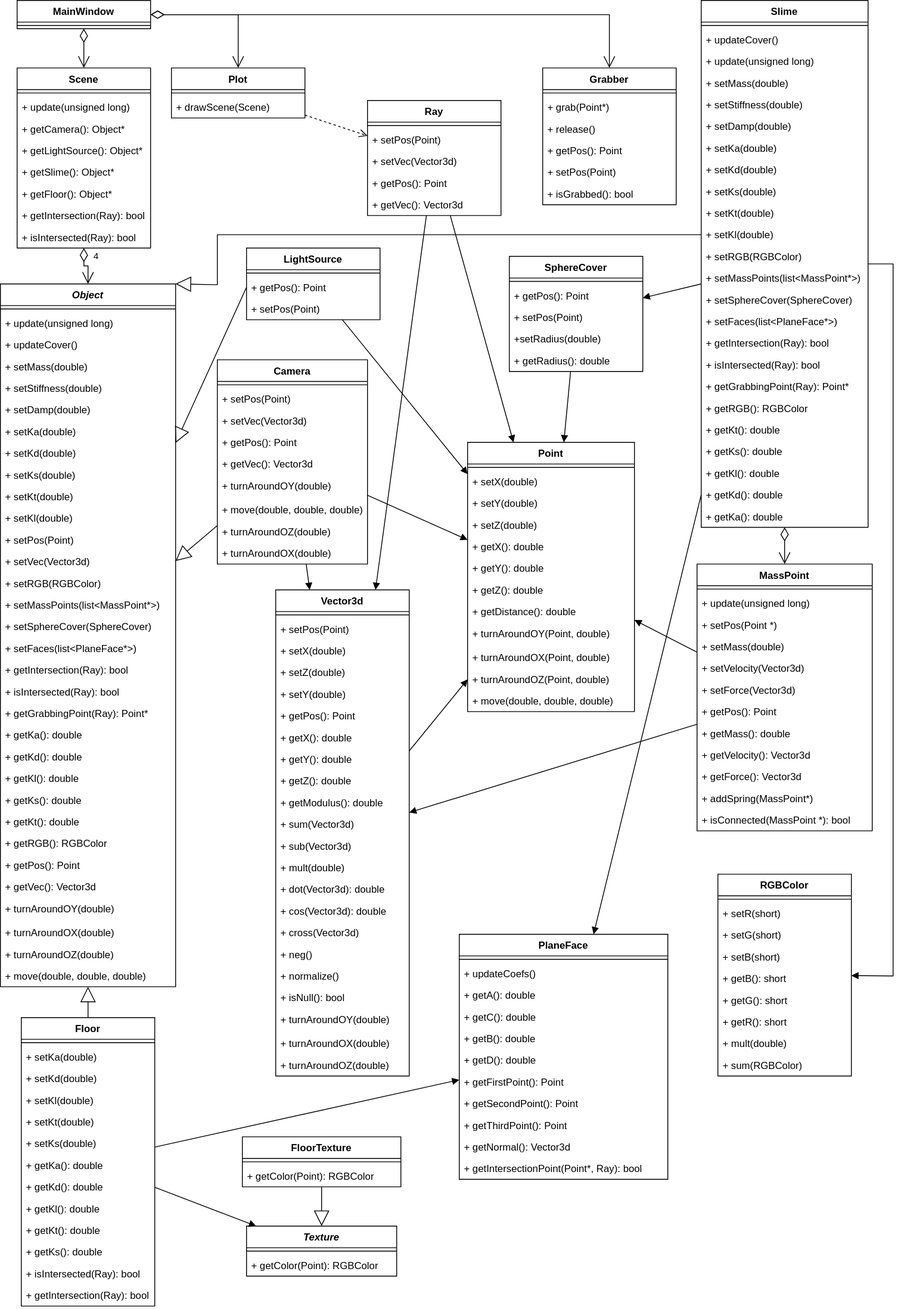
This is docs/rpz/images/uml.svg from agarmirus/slime_toy_course_project, a draw.io export, as it was before one commit. Source tidied: cells renumbered, new cells last; positions are measured from the earlier drawing's top-left corner, leaving out a move shared by most shapes.
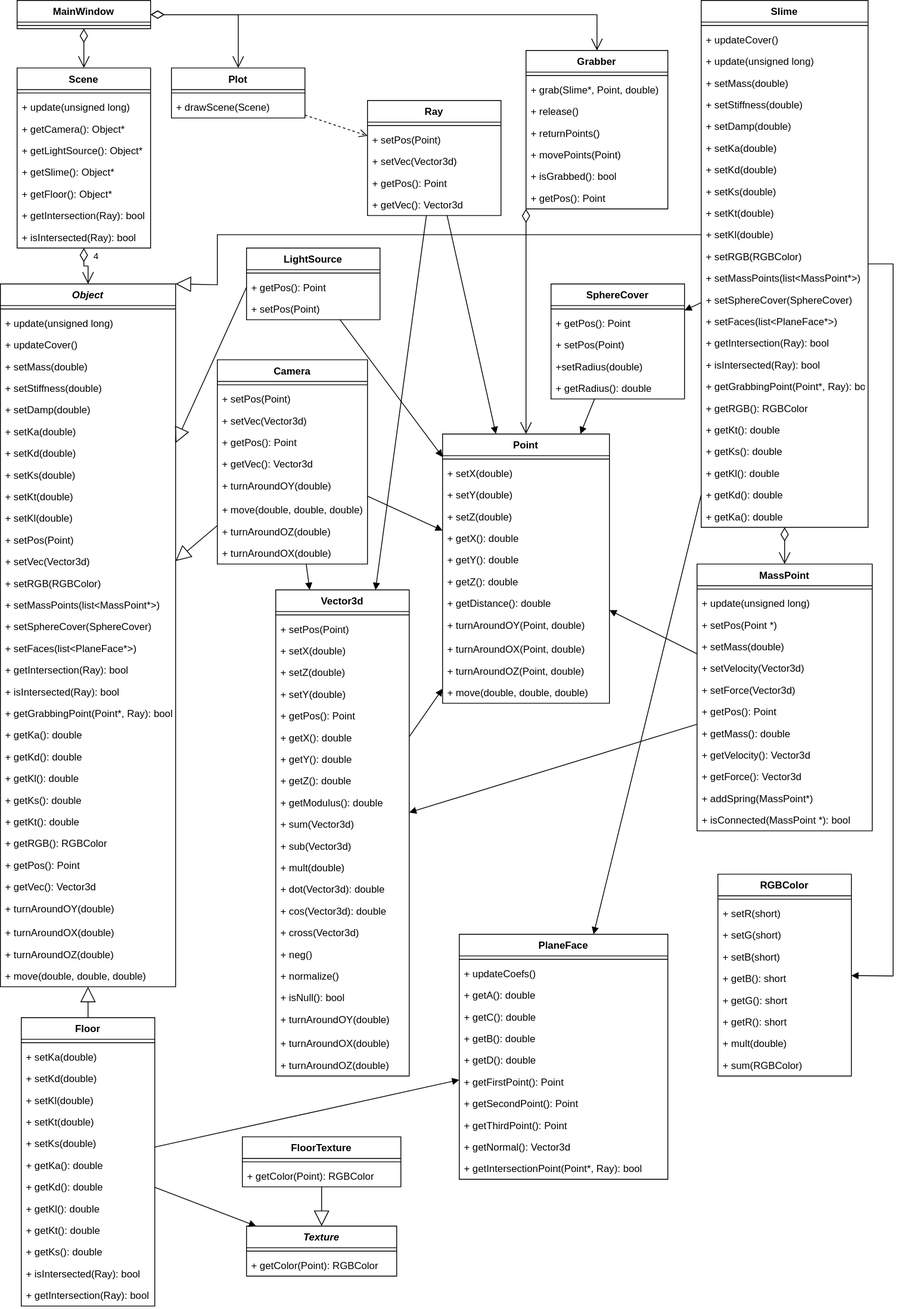
Above is the later version.

What changed in the source:
```diff
@@ -209,9 +209,9 @@
     <mxCell id="70" value="+ isIntersected(Ray): bool" style="text;strokeColor=none;fillColor=none;align=left;verticalAlign=top;spacingLeft=4;spacingRight=4;overflow=hidden;" parent="53" vertex="1">
       <mxGeometry y="424" width="200" height="26" as="geometry" />
     </mxCell>
-    <mxCell id="71" value="+ getGrabbingPoint(Ray): Point*" style="text;strokeColor=none;fillColor=none;align=left;verticalAlign=top;spacingLeft=4;spacingRight=4;overflow=hidden;" parent="53" vertex="1">
-      <mxGeometry y="450" width="200" height="26" as="geometry" />
-    </mxCell>
+    <mxCell id="223" value="+ getGrabbingPoint(Point*, Ray): bool" style="text;strokeColor=none;fillColor=none;align=left;verticalAlign=top;spacingLeft=4;spacingRight=4;overflow=hidden;" parent="53" vertex="1">
+      <mxGeometry y="450" width="200" height="26" as="geometry" />
+    </mxCell>
     <mxCell id="72" value="+ getRGB(): RGBColor" style="text;strokeColor=none;fillColor=none;align=left;verticalAlign=top;spacingLeft=4;spacingRight=4;overflow=hidden;" parent="53" vertex="1">
       <mxGeometry y="476" width="200" height="26" as="geometry" />
     </mxCell>
@@ -231,7 +231,7 @@
       <mxGeometry y="606" width="200" height="26" as="geometry" />
     </mxCell>
     <mxCell id="78" value="SphereCover" style="swimlane;fontStyle=1;align=center;verticalAlign=top;horizontal=1;startSize=26;" parent="1" vertex="1">
-      <mxGeometry x="610" y="307" width="160" height="138" as="geometry" />
+      <mxGeometry x="660" y="340" width="160" height="138" as="geometry" />
     </mxCell>
     <mxCell id="79" style="line;strokeWidth=1;fillColor=none;align=left;verticalAlign=middle;spacingTop=-1;spacingLeft=3;spacingRight=3;labelPosition=right;strokeColor=inherit;" parent="78" vertex="1">
       <mxGeometry y="26" width="160" height="8" as="geometry" />
@@ -476,7 +476,7 @@
     <mxCell id="159" value="+ isIntersected(Ray): bool" style="text;strokeColor=none;fillColor=none;align=left;verticalAlign=top;spacingLeft=4;spacingRight=4;overflow=hidden;" parent="140" vertex="1">
       <mxGeometry y="476" width="210" height="26" as="geometry" />
     </mxCell>
-    <mxCell id="160" value="+ getGrabbingPoint(Ray): Point*" style="text;strokeColor=none;fillColor=none;align=left;verticalAlign=top;spacingLeft=4;spacingRight=4;overflow=hidden;" parent="140" vertex="1">
+    <mxCell id="160" value="+ getGrabbingPoint(Point*, Ray): bool" style="text;strokeColor=none;fillColor=none;align=left;verticalAlign=top;spacingLeft=4;spacingRight=4;overflow=hidden;" parent="140" vertex="1">
       <mxGeometry y="502" width="210" height="26" as="geometry" />
     </mxCell>
     <mxCell id="161" value="+ getKa(): double" style="text;strokeColor=none;fillColor=none;align=left;verticalAlign=top;spacingLeft=4;spacingRight=4;overflow=hidden;" parent="140" vertex="1">
@@ -516,28 +516,31 @@
       <mxGeometry y="817" width="210" height="26" as="geometry" />
     </mxCell>
     <mxCell id="173" value="Grabber" style="swimlane;fontStyle=1;align=center;verticalAlign=top;horizontal=1;startSize=26;" parent="1" vertex="1">
-      <mxGeometry x="650" y="81" width="160" height="164" as="geometry" />
+      <mxGeometry x="630" y="60" width="170" height="190" as="geometry" />
     </mxCell>
     <mxCell id="174" style="line;strokeWidth=1;fillColor=none;align=left;verticalAlign=middle;spacingTop=-1;spacingLeft=3;spacingRight=3;labelPosition=right;strokeColor=inherit;" parent="173" vertex="1">
-      <mxGeometry y="26" width="160" height="8" as="geometry" />
+      <mxGeometry y="26" width="170" height="8" as="geometry" />
     </mxCell>
-    <mxCell id="175" value="+ grab(Point*)" style="text;strokeColor=none;fillColor=none;align=left;verticalAlign=top;spacingLeft=4;spacingRight=4;overflow=hidden;" parent="173" vertex="1">
-      <mxGeometry y="34" width="160" height="26" as="geometry" />
+    <mxCell id="175" value="+ grab(Slime*, Point, double)" style="text;strokeColor=none;fillColor=none;align=left;verticalAlign=top;spacingLeft=4;spacingRight=4;overflow=hidden;" parent="173" vertex="1">
+      <mxGeometry y="34" width="170" height="26" as="geometry" />
     </mxCell>
     <mxCell id="176" value="+ release()" style="text;strokeColor=none;fillColor=none;align=left;verticalAlign=top;spacingLeft=4;spacingRight=4;overflow=hidden;" parent="173" vertex="1">
-      <mxGeometry y="60" width="160" height="26" as="geometry" />
+      <mxGeometry y="60" width="170" height="26" as="geometry" />
     </mxCell>
-    <mxCell id="177" value="+ getPos(): Point" style="text;strokeColor=none;fillColor=none;align=left;verticalAlign=top;spacingLeft=4;spacingRight=4;overflow=hidden;" parent="173" vertex="1">
-      <mxGeometry y="86" width="160" height="26" as="geometry" />
+    <mxCell id="177" value="+ returnPoints()" style="text;strokeColor=none;fillColor=none;align=left;verticalAlign=top;spacingLeft=4;spacingRight=4;overflow=hidden;" parent="173" vertex="1">
+      <mxGeometry y="86" width="170" height="26" as="geometry" />
     </mxCell>
-    <mxCell id="178" value="+ setPos(Point)" style="text;strokeColor=none;fillColor=none;align=left;verticalAlign=top;spacingLeft=4;spacingRight=4;overflow=hidden;" parent="173" vertex="1">
-      <mxGeometry y="112" width="160" height="26" as="geometry" />
+    <mxCell id="178" value="+ movePoints(Point)" style="text;strokeColor=none;fillColor=none;align=left;verticalAlign=top;spacingLeft=4;spacingRight=4;overflow=hidden;" parent="173" vertex="1">
+      <mxGeometry y="112" width="170" height="26" as="geometry" />
     </mxCell>
     <mxCell id="179" value="+ isGrabbed(): bool" style="text;strokeColor=none;fillColor=none;align=left;verticalAlign=top;spacingLeft=4;spacingRight=4;overflow=hidden;" parent="173" vertex="1">
-      <mxGeometry y="138" width="160" height="26" as="geometry" />
+      <mxGeometry y="138" width="170" height="26" as="geometry" />
     </mxCell>
+    <mxCell id="224" value="+ getPos(): Point" style="text;strokeColor=none;fillColor=none;align=left;verticalAlign=top;spacingLeft=4;spacingRight=4;overflow=hidden;" parent="173" vertex="1">
+      <mxGeometry y="164" width="170" height="26" as="geometry" />
+    </mxCell>
     <mxCell id="180" value="Point" style="swimlane;fontStyle=1;align=center;verticalAlign=top;horizontal=1;startSize=26;" parent="1" vertex="1">
-      <mxGeometry x="560" y="530" width="200" height="323" as="geometry" />
+      <mxGeometry x="530" y="520" width="200" height="323" as="geometry" />
     </mxCell>
     <mxCell id="181" style="line;strokeWidth=1;fillColor=none;align=left;verticalAlign=middle;spacingTop=-1;spacingLeft=3;spacingRight=3;labelPosition=right;strokeColor=inherit;" parent="180" vertex="1">
       <mxGeometry y="26" width="200" height="8" as="geometry" />
@@ -675,5 +678,13 @@
     <mxCell id="222" value="Extends" style="endArrow=block;endSize=16;endFill=0;rounded=0;strokeColor=default;fontColor=none;noLabel=1;" parent="1" edge="1" source="2" target="27">
       <mxGeometry relative="1" as="geometry" />
     </mxCell>
+    <mxCell id="225" value="1" style="endArrow=open;endSize=12;startArrow=diamondThin;startSize=14;startFill=0;edgeStyle=orthogonalEdgeStyle;align=left;verticalAlign=bottom;rounded=0;fontColor=none;noLabel=1;" parent="1" edge="1" source="173" target="180">
+      <mxGeometry x="-1" y="20" relative="1" as="geometry">
+        <Array as="points">
+          <mxPoint x="630" y="320" />
+          <mxPoint x="630" y="320" />
+        </Array>
+      </mxGeometry>
+    </mxCell>
   </root>
 </mxGraphModel>
```
